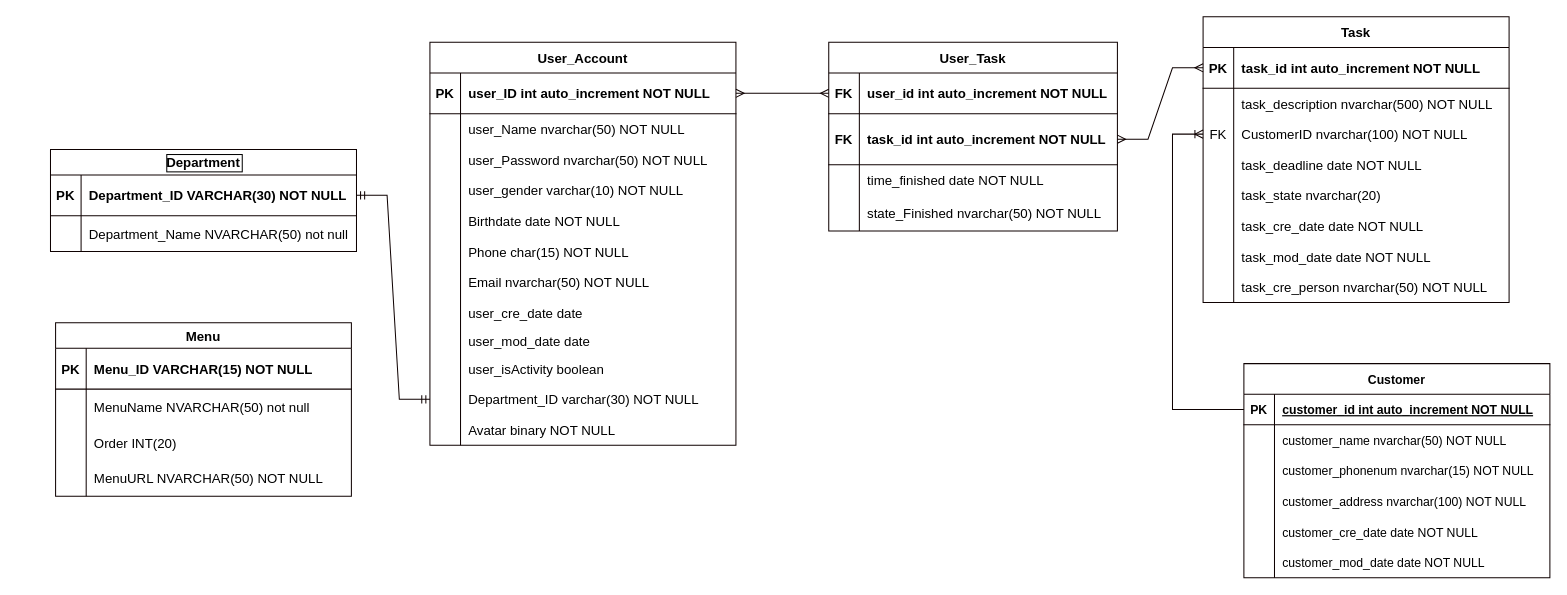
Earlier version of the draw.io diagram happytime/public/database.drawio (CharlizeHo/HR_project). Source tidied: cells renumbered, new cells numbered last; positions are measured from the earlier drawing's top-left corner, leaving out a move shared by most shapes. Both pictures are drawn from the tidied source at 102%, with x=0, y=0 at pixel (50, 16).
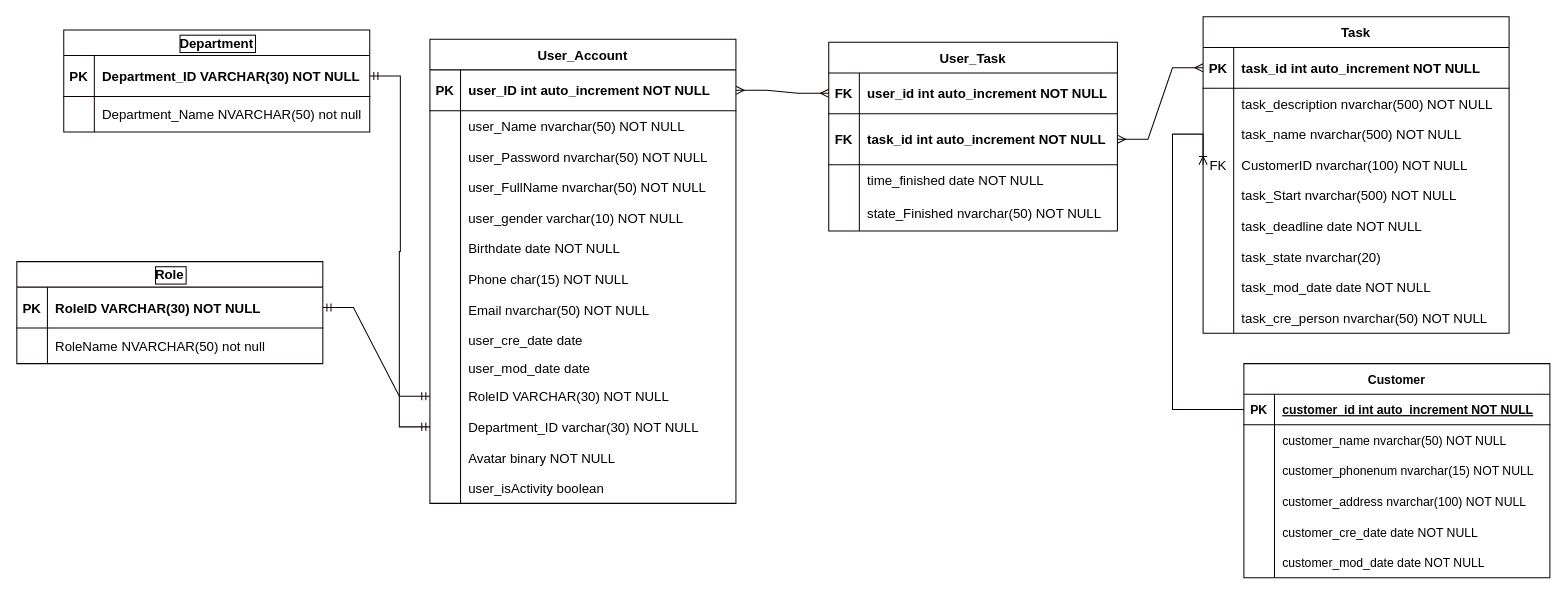
The same page after the edit.

Diff of the diagram source:
```diff
@@
     <mxCell id="2" value="User_Account" style="shape=table;startSize=30;childLayout=tableLayout;rowLines=0;fontStyle=1;align=center;fontSize=13;strokeColor=#0e0101;fontColor=#000000;fillColor=none;" parent="1" vertex="1">
-      <mxGeometry x="372" y="25" width="300" height="395" as="geometry" />
+      <mxGeometry x="372" y="22" width="300" height="455" as="geometry" />
     </mxCell>
@@
+    <mxCell id="120" style="shape=partialRectangle;fillColor=none;top=0;left=0;right=0;bottom=0;fontSize=13;strokeColor=#0e0101;fontColor=#000000;" parent="2" vertex="1">
+      <mxGeometry y="130" width="300" height="30" as="geometry" />
+    </mxCell>
+    <mxCell id="121" style="shape=partialRectangle;overflow=hidden;fillColor=none;top=0;left=0;bottom=0;right=0;fontSize=13;strokeColor=#0e0101;fontColor=#000000;" parent="120" vertex="1">
+      <mxGeometry width="30" height="30" as="geometry" />
+    </mxCell>
+    <mxCell id="122" value="user_FullName nvarchar(50) NOT NULL" style="shape=partialRectangle;overflow=hidden;fillColor=none;top=0;left=0;bottom=0;right=0;align=left;spacingLeft=6;fontSize=13;strokeColor=#0e0101;fontColor=#000000;" parent="120" vertex="1">
+      <mxGeometry x="30" width="270" height="30" as="geometry" />
+    </mxCell>
     <mxCell id="12" style="shape=partialRectangle;fillColor=none;top=0;left=0;right=0;bottom=0;fontSize=13;strokeColor=#0e0101;fontColor=#000000;" parent="2" vertex="1">
-      <mxGeometry y="130" width="300" height="30" as="geometry" />
+      <mxGeometry y="160" width="300" height="30" as="geometry" />
     </mxCell>
@@
     <mxCell id="15" style="shape=partialRectangle;fillColor=none;top=0;left=0;right=0;bottom=0;fontSize=13;strokeColor=#0e0101;fontColor=#000000;" parent="2" vertex="1">
-      <mxGeometry y="160" width="300" height="30" as="geometry" />
+      <mxGeometry y="190" width="300" height="30" as="geometry" />
     </mxCell>
@@
     <mxCell id="18" style="shape=partialRectangle;fillColor=none;top=0;left=0;right=0;bottom=0;fontSize=13;strokeColor=#0e0101;fontColor=#000000;" parent="2" vertex="1">
-      <mxGeometry y="190" width="300" height="30" as="geometry" />
+      <mxGeometry y="220" width="300" height="30" as="geometry" />
     </mxCell>
@@
     <mxCell id="21" style="shape=partialRectangle;fillColor=none;top=0;left=0;right=0;bottom=0;fontSize=13;strokeColor=#0e0101;fontColor=#000000;" parent="2" vertex="1">
-      <mxGeometry y="220" width="300" height="30" as="geometry" />
+      <mxGeometry y="250" width="300" height="30" as="geometry" />
     </mxCell>
@@
     <mxCell id="24" style="shape=partialRectangle;fillColor=none;top=0;left=0;right=0;bottom=0;fontSize=13;strokeColor=#0e0101;fontColor=#000000;" parent="2" vertex="1">
-      <mxGeometry y="250" width="300" height="30" as="geometry" />
+      <mxGeometry y="280" width="300" height="30" as="geometry" />
     </mxCell>
@@
     <mxCell id="27" style="shape=partialRectangle;fillColor=none;top=0;left=0;right=0;bottom=0;fontSize=13;strokeColor=#0e0101;fontColor=#000000;" parent="2" vertex="1">
-      <mxGeometry y="280" width="300" height="25" as="geometry" />
+      <mxGeometry y="310" width="300" height="25" as="geometry" />
     </mxCell>
@@
     <mxCell id="30" style="shape=partialRectangle;fillColor=none;points=[[0,0.5],[1,0.5]];portConstraint=eastwest;top=0;left=0;right=0;bottom=0;fontSize=13;strokeColor=#0e0101;fontColor=#000000;" parent="2" vertex="1">
-      <mxGeometry y="305" width="300" height="30" as="geometry" />
+      <mxGeometry y="335" width="300" height="30" as="geometry" />
     </mxCell>
@@
-    <mxCell id="32" value="user_isActivity boolean " style="shape=partialRectangle;overflow=hidden;fillColor=none;top=0;left=0;bottom=0;right=0;align=left;spacingLeft=6;fontSize=13;strokeColor=#0e0101;fontColor=#000000;" parent="30" vertex="1">
+    <mxCell id="32" value="RoleID VARCHAR(30) NOT NULL" style="shape=partialRectangle;overflow=hidden;fillColor=none;top=0;left=0;bottom=0;right=0;align=left;spacingLeft=6;fontSize=13;strokeColor=#0e0101;fontColor=#000000;" parent="30" vertex="1">
       <mxGeometry x="30" width="270" height="30" as="geometry" />
     </mxCell>
     <mxCell id="33" style="shape=partialRectangle;fillColor=none;points=[[0,0.5],[1,0.5]];portConstraint=eastwest;top=0;left=0;right=0;bottom=0;fontSize=13;strokeColor=#0e0101;fontColor=#000000;" parent="2" vertex="1">
-      <mxGeometry y="335" width="300" height="30" as="geometry" />
+      <mxGeometry y="365" width="300" height="30" as="geometry" />
     </mxCell>
@@
     <mxCell id="36" style="shape=partialRectangle;fillColor=none;top=0;left=0;right=0;bottom=0;fontSize=13;strokeColor=#0e0101;fontColor=#000000;" parent="2" vertex="1">
-      <mxGeometry y="365" width="300" height="30" as="geometry" />
+      <mxGeometry y="395" width="300" height="30" as="geometry" />
     </mxCell>
@@
+    <mxCell id="123" style="shape=partialRectangle;fillColor=none;top=0;left=0;right=0;bottom=0;fontSize=13;strokeColor=#0e0101;fontColor=#000000;" parent="2" vertex="1">
+      <mxGeometry y="425" width="300" height="30" as="geometry" />
+    </mxCell>
+    <mxCell id="124" style="shape=partialRectangle;overflow=hidden;fillColor=none;top=0;left=0;bottom=0;right=0;fontSize=13;strokeColor=#0e0101;fontColor=#000000;" parent="123" vertex="1">
+      <mxGeometry width="30" height="30" as="geometry" />
+    </mxCell>
+    <mxCell id="125" value="user_isActivity boolean " style="shape=partialRectangle;overflow=hidden;fillColor=none;top=0;left=0;bottom=0;right=0;align=left;spacingLeft=6;fontSize=13;strokeColor=#0e0101;fontColor=#000000;" parent="123" vertex="1">
+      <mxGeometry x="30" width="270" height="30" as="geometry" />
+    </mxCell>
     <mxCell id="39" value="Task" style="shape=table;startSize=30;childLayout=tableLayout;rowLines=0;fontStyle=1;align=center;fontSize=13;strokeColor=#0e0101;fontColor=#000000;fillColor=none;" parent="1" vertex="1">
-      <mxGeometry x="1130" width="300" height="280" as="geometry" />
+      <mxGeometry x="1130" width="300" height="310.3" as="geometry" />
     </mxCell>
@@
+    <mxCell id="126" style="shape=partialRectangle;fillColor=none;top=0;left=0;right=0;bottom=0;fontSize=13;strokeColor=#0e0101;fontColor=#000000;" parent="39" vertex="1">
+      <mxGeometry y="100" width="300" height="30" as="geometry" />
+    </mxCell>
+    <mxCell id="127" style="shape=partialRectangle;overflow=hidden;fillColor=none;top=0;left=0;bottom=0;right=0;fontSize=13;strokeColor=#0e0101;fontColor=#000000;" parent="126" vertex="1">
+      <mxGeometry width="30" height="30" as="geometry" />
+    </mxCell>
+    <mxCell id="128" value="task_name nvarchar(500) NOT NULL" style="shape=partialRectangle;overflow=hidden;fillColor=none;top=0;left=0;bottom=0;right=0;align=left;spacingLeft=6;fontSize=13;strokeColor=#0e0101;fontColor=#000000;" parent="126" vertex="1">
+      <mxGeometry x="30" width="270" height="30" as="geometry" />
+    </mxCell>
     <mxCell id="46" style="shape=partialRectangle;fillColor=none;points=[[0,0.5],[1,0.5]];portConstraint=eastwest;top=0;left=0;right=0;bottom=0;fontSize=13;strokeColor=#0e0101;fontColor=#000000;" parent="39" vertex="1">
-      <mxGeometry y="100" width="300" height="30" as="geometry" />
+      <mxGeometry y="130" width="300" height="30" as="geometry" />
     </mxCell>
@@
+    <mxCell id="129" style="shape=partialRectangle;fillColor=none;top=0;left=0;right=0;bottom=0;fontSize=13;strokeColor=#0e0101;fontColor=#000000;" parent="39" vertex="1">
+      <mxGeometry y="160" width="300" height="30" as="geometry" />
+    </mxCell>
+    <mxCell id="130" style="shape=partialRectangle;overflow=hidden;fillColor=none;top=0;left=0;bottom=0;right=0;fontSize=13;strokeColor=#0e0101;fontColor=#000000;" parent="129" vertex="1">
+      <mxGeometry width="30" height="30" as="geometry" />
+    </mxCell>
+    <mxCell id="131" value="task_Start nvarchar(500) NOT NULL" style="shape=partialRectangle;overflow=hidden;fillColor=none;top=0;left=0;bottom=0;right=0;align=left;spacingLeft=6;fontSize=13;strokeColor=#0e0101;fontColor=#000000;" parent="129" vertex="1">
+      <mxGeometry x="30" width="270" height="30" as="geometry" />
+    </mxCell>
     <mxCell id="49" style="shape=partialRectangle;fillColor=none;top=0;left=0;right=0;bottom=0;fontSize=13;strokeColor=#0e0101;fontColor=#000000;" parent="39" vertex="1">
-      <mxGeometry y="130" width="300" height="30" as="geometry" />
+      <mxGeometry y="190" width="300" height="30" as="geometry" />
     </mxCell>
@@
     <mxCell id="52" style="shape=partialRectangle;fillColor=none;top=0;left=0;right=0;bottom=0;fontSize=13;strokeColor=#0e0101;fontColor=#000000;" parent="39" vertex="1">
-      <mxGeometry y="160" width="300" height="30" as="geometry" />
+      <mxGeometry y="220" width="300" height="30" as="geometry" />
     </mxCell>
@@
-    <mxCell id="55" style="shape=partialRectangle;fillColor=none;top=0;left=0;right=0;bottom=0;fontSize=13;strokeColor=#0e0101;fontColor=#000000;" parent="39" vertex="1">
-      <mxGeometry y="190" width="300" height="30" as="geometry" />
-    </mxCell>
-    <mxCell id="56" style="shape=partialRectangle;overflow=hidden;fillColor=none;top=0;left=0;bottom=0;right=0;fontSize=13;strokeColor=#0e0101;fontColor=#000000;" parent="55" vertex="1">
-      <mxGeometry width="30" height="30" as="geometry" />
-    </mxCell>
-    <mxCell id="57" value="task_cre_date date NOT NULL" style="shape=partialRectangle;overflow=hidden;fillColor=none;top=0;left=0;bottom=0;right=0;align=left;spacingLeft=6;fontSize=13;strokeColor=#0e0101;fontColor=#000000;" parent="55" vertex="1">
-      <mxGeometry x="30" width="270" height="30" as="geometry" />
-    </mxCell>
     <mxCell id="58" style="shape=partialRectangle;fillColor=none;top=0;left=0;right=0;bottom=0;fontSize=13;strokeColor=#0e0101;fontColor=#000000;" parent="39" vertex="1">
-      <mxGeometry y="220" width="300" height="30" as="geometry" />
+      <mxGeometry y="250" width="300" height="30" as="geometry" />
     </mxCell>
@@
     <mxCell id="61" style="shape=partialRectangle;fillColor=none;top=0;left=0;right=0;bottom=0;fontSize=13;strokeColor=#0e0101;fontColor=#000000;" parent="39" vertex="1">
-      <mxGeometry y="250" width="300" height="30" as="geometry" />
+      <mxGeometry y="280" width="300" height="30" as="geometry" />
     </mxCell>
@@
     <mxCell id="99" value="Department" style="shape=table;startSize=25;childLayout=tableLayout;rowLines=0;fontStyle=1;align=center;fontSize=13;strokeColor=#0e0101;fontColor=#000000;labelBorderColor=default;labelBackgroundColor=#FFFFFF;fillColor=none;" parent="1" vertex="1">
-      <mxGeometry y="130" width="300" height="100" as="geometry" />
+      <mxGeometry x="13" y="13" width="300" height="100" as="geometry" />
     </mxCell>
@@
-    <mxCell id="107" value="Menu" style="shape=table;startSize=25;childLayout=tableLayout;rowLines=0;fontStyle=1;align=center;fontSize=13;strokeColor=#0e0101;fontColor=#000000;fillColor=none;" parent="1" vertex="1">
-      <mxGeometry x="5" y="300" width="290" height="170" as="geometry" />
-    </mxCell>
-    <mxCell id="108" style="shape=partialRectangle;fillColor=none;top=0;left=0;right=0;bottom=1;fontSize=13;strokeColor=#0e0101;fontColor=#000000;" parent="107" vertex="1">
-      <mxGeometry y="25" width="290" height="40" as="geometry" />
-    </mxCell>
+    <mxCell id="132" value="Role" style="shape=table;startSize=25;childLayout=tableLayout;rowLines=0;fontStyle=1;align=center;fontSize=13;strokeColor=#0e0101;fontColor=#000000;labelBorderColor=default;labelBackgroundColor=#FFFFFF;fillColor=none;" parent="1" vertex="1">
+      <mxGeometry x="-33" y="240" width="300" height="100" as="geometry" />
+    </mxCell>
+    <mxCell id="133" style="shape=partialRectangle;fillColor=none;points=[[0,0.5],[1,0.5]];portConstraint=eastwest;top=0;left=0;right=0;bottom=1;fontSize=13;strokeColor=#0e0101;fontColor=#000000;" parent="132" vertex="1">
+      <mxGeometry y="25" width="300" height="40" as="geometry" />
+    </mxCell>
-    <mxCell id="109" value="PK" style="shape=partialRectangle;overflow=hidden;fillColor=none;top=0;left=0;bottom=0;right=0;fontStyle=1;fontSize=13;strokeColor=#0e0101;fontColor=#000000;" parent="108" vertex="1">
+    <mxCell id="109" value="PK" style="shape=partialRectangle;overflow=hidden;fillColor=none;top=0;left=0;bottom=0;right=0;fontStyle=1;fontSize=13;strokeColor=#0e0101;fontColor=#000000;" parent="133" vertex="1">
       <mxGeometry width="30" height="40" as="geometry" />
     </mxCell>
-    <mxCell id="110" value="Menu_ID VARCHAR(15) NOT NULL" style="shape=partialRectangle;overflow=hidden;fillColor=none;top=0;left=0;bottom=0;right=0;align=left;spacingLeft=6;fontStyle=1;fontSize=13;strokeColor=#0e0101;fontColor=#000000;" parent="108" vertex="1">
-      <mxGeometry x="30" width="260" height="40" as="geometry" />
-    </mxCell>
-    <mxCell id="111" style="shape=partialRectangle;fillColor=none;top=0;left=0;right=0;bottom=0;fontSize=13;strokeColor=#0e0101;fontColor=#000000;" parent="107" vertex="1">
-      <mxGeometry y="65" width="290" height="35" as="geometry" />
-    </mxCell>
-    <mxCell id="112" style="shape=partialRectangle;overflow=hidden;fillColor=none;top=0;left=0;bottom=0;right=0;fontSize=13;strokeColor=#0e0101;fontColor=#000000;" parent="111" vertex="1">
-      <mxGeometry width="30" height="35" as="geometry" />
-    </mxCell>
-    <mxCell id="113" value="MenuName NVARCHAR(50) not null" style="shape=partialRectangle;overflow=hidden;fillColor=none;top=0;left=0;bottom=0;right=0;align=left;spacingLeft=6;fontSize=13;strokeColor=#0e0101;fontColor=#000000;" parent="111" vertex="1">
-      <mxGeometry x="30" width="260" height="35" as="geometry" />
-    </mxCell>
-    <mxCell id="114" style="shape=partialRectangle;fillColor=none;top=0;left=0;right=0;bottom=0;fontSize=13;strokeColor=#0e0101;fontColor=#000000;" parent="107" vertex="1">
-      <mxGeometry y="100" width="290" height="35" as="geometry" />
-    </mxCell>
-    <mxCell id="115" style="shape=partialRectangle;overflow=hidden;fillColor=none;top=0;left=0;bottom=0;right=0;fontSize=13;strokeColor=#0e0101;fontColor=#000000;" parent="114" vertex="1">
-      <mxGeometry width="30" height="35" as="geometry" />
-    </mxCell>
-    <mxCell id="116" value="Order INT(20) " style="shape=partialRectangle;overflow=hidden;fillColor=none;top=0;left=0;bottom=0;right=0;align=left;spacingLeft=6;fontSize=13;strokeColor=#0e0101;fontColor=#000000;" parent="114" vertex="1">
-      <mxGeometry x="30" width="260" height="35" as="geometry" />
-    </mxCell>
-    <mxCell id="117" style="shape=partialRectangle;fillColor=none;top=0;left=0;right=0;bottom=0;fontSize=13;strokeColor=#0e0101;fontColor=#000000;" parent="107" vertex="1">
-      <mxGeometry y="135" width="290" height="35" as="geometry" />
-    </mxCell>
-    <mxCell id="118" style="shape=partialRectangle;overflow=hidden;fillColor=none;top=0;left=0;bottom=0;right=0;fontSize=13;strokeColor=#0e0101;fontColor=#000000;" parent="117" vertex="1">
-      <mxGeometry width="30" height="35" as="geometry" />
-    </mxCell>
-    <mxCell id="119" value="MenuURL NVARCHAR(50) NOT NULL" style="shape=partialRectangle;overflow=hidden;fillColor=none;top=0;left=0;bottom=0;right=0;align=left;spacingLeft=6;fontSize=13;strokeColor=#0e0101;fontColor=#000000;" parent="117" vertex="1">
-      <mxGeometry x="30" width="260" height="35" as="geometry" />
-    </mxCell>
+    <mxCell id="134" value="RoleID VARCHAR(30) NOT NULL" style="shape=partialRectangle;overflow=hidden;fillColor=none;top=0;left=0;bottom=0;right=0;align=left;spacingLeft=6;fontStyle=1;fontSize=13;strokeColor=#0e0101;fontColor=#000000;" parent="133" vertex="1">
+      <mxGeometry x="30" width="270" height="40" as="geometry" />
+    </mxCell>
+    <mxCell id="135" style="shape=partialRectangle;fillColor=none;top=0;left=0;right=0;bottom=0;fontSize=13;strokeColor=#0e0101;fontColor=#000000;" parent="132" vertex="1">
+      <mxGeometry y="65" width="300" height="35" as="geometry" />
+    </mxCell>
+    <mxCell id="136" style="shape=partialRectangle;overflow=hidden;fillColor=none;top=0;left=0;bottom=0;right=0;fontSize=13;strokeColor=#0e0101;fontColor=#000000;" parent="135" vertex="1">
+      <mxGeometry width="30" height="35" as="geometry" />
+    </mxCell>
+    <mxCell id="137" value="RoleName NVARCHAR(50) not null" style="shape=partialRectangle;overflow=hidden;fillColor=none;top=0;left=0;bottom=0;right=0;align=left;spacingLeft=6;fontSize=13;strokeColor=#0e0101;fontColor=#000000;" parent="135" vertex="1">
+      <mxGeometry x="30" width="270" height="35" as="geometry" />
+    </mxCell>
+    <mxCell id="138" style="edgeStyle=entityRelationEdgeStyle;fontSize=12;html=1;endArrow=ERmandOne;startArrow=ERmandOne;rounded=0;exitX=1;exitY=0.5;exitDx=0;exitDy=0;entryX=0;entryY=0.5;entryDx=0;entryDy=0;strokeColor=#0e0101;fontColor=#000000;" parent="1" edge="1" source="133" target="30">
+      <mxGeometry relative="1" as="geometry" />
+    </mxCell>
```
